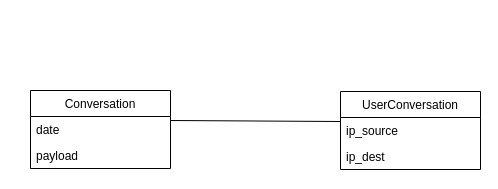
The draw.io diagram DB Schema/Schema_BDD.drawio in StefRCH/depot-projet-UML, before the edit. Source tidied: cells renumbered, new cells numbered last; positions are measured from the earlier drawing's top-left corner, leaving out a move shared by most shapes. Both pictures are drawn from the tidied source at 100%, with x=0, y=0 at pixel (30, 90).
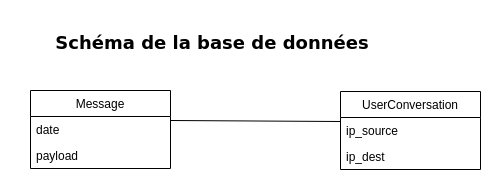
The same page after the edit.

The edit, as a diff of the source:
```diff
@@
 <mxGraphModel>
   <root>
     <mxCell id="0" />
     <mxCell id="1" parent="0" />
-    <mxCell id="2" value="Conversation" style="swimlane;fontStyle=0;horizontal=1;startSize=26;fillColor=none;" parent="1" vertex="1">
+    <mxCell id="2" value="Message" style="swimlane;fontStyle=0;horizontal=1;startSize=26;fillColor=none;" parent="1" vertex="1">
       <mxGeometry width="140" height="78" as="geometry" />
     </mxCell>
     <mxCell id="3" value="date" style="text;strokeColor=none;fillColor=none;align=left;verticalAlign=top;spacingLeft=4;spacingRight=4;overflow=hidden;" parent="2" vertex="1">
       <mxGeometry y="26" width="140" height="26" as="geometry" />
     </mxCell>
     <mxCell id="4" value="payload" style="text;strokeColor=none;fillColor=none;align=left;verticalAlign=top;spacingLeft=4;spacingRight=4;overflow=hidden;" parent="2" vertex="1">
       <mxGeometry y="52" width="140" height="26" as="geometry" />
     </mxCell>
     <mxCell id="5" value="UserConversation" style="swimlane;fontStyle=0;horizontal=1;startSize=26;fillColor=none;" parent="1" vertex="1">
       <mxGeometry x="310" y="1" width="140" height="78" as="geometry" />
     </mxCell>
     <mxCell id="6" value="ip_source" style="text;strokeColor=none;fillColor=none;align=left;verticalAlign=top;spacingLeft=4;spacingRight=4;overflow=hidden;" parent="5" vertex="1">
       <mxGeometry y="26" width="140" height="26" as="geometry" />
     </mxCell>
     <mxCell id="7" value="ip_dest" style="text;strokeColor=none;fillColor=none;align=left;verticalAlign=top;spacingLeft=4;spacingRight=4;overflow=hidden;" parent="5" vertex="1">
       <mxGeometry y="52" width="140" height="26" as="geometry" />
     </mxCell>
     <mxCell id="8" style="edgeStyle=orthogonalEdgeStyle;rounded=0;orthogonalLoop=1;jettySize=auto;html=1;exitX=0;exitY=0.5;exitDx=0;exitDy=0;entryX=1;entryY=0.5;entryDx=0;entryDy=0;endArrow=none;endFill=0;" parent="1" edge="1">
       <mxGeometry relative="1" as="geometry">
         <mxPoint x="310" y="31" as="sourcePoint" />
         <mxPoint x="140" y="30" as="targetPoint" />
         <Array as="points">
           <mxPoint x="140" y="31" />
         </Array>
       </mxGeometry>
     </mxCell>
+    <mxCell id="9" value="&lt;h2&gt;&lt;font face=&quot;Verdana&quot;&gt;&lt;b&gt;Schéma de la base de données&lt;/b&gt;&lt;/font&gt;&lt;/h2&gt;" style="text;html=1;strokeColor=none;fillColor=none;align=center;verticalAlign=middle;whiteSpace=wrap;rounded=0;" parent="1" vertex="1">
+      <mxGeometry x="-13" y="-72" width="390" height="50" as="geometry" />
+    </mxCell>
   </root>
 </mxGraphModel>
```
